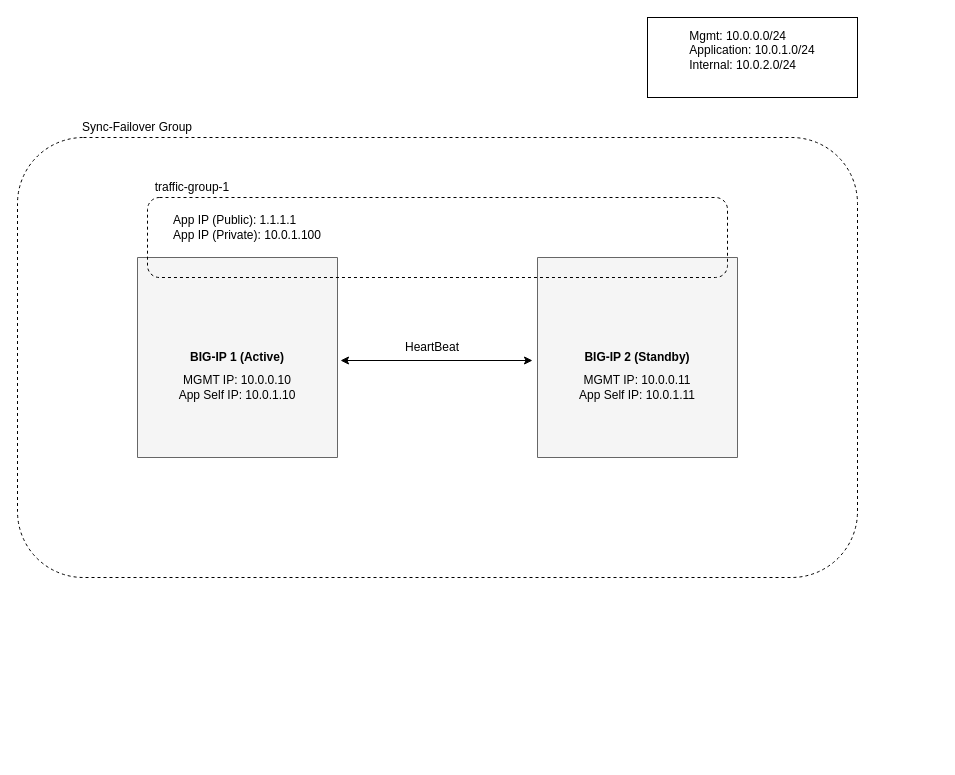
F5Networks/f5-cloud-failover-extension keeps this draw.io diagram as contributing/images/src/FailoverExtensionHighLevel.drawio.xml. Above is the earlier version. Source tidied: cells renumbered, new cells numbered last; positions are measured from the earlier drawing's top-left corner, leaving out a move shared by most shapes. Both pictures are drawn from the tidied source at 100%, with x=0, y=0 at pixel (17, 17).
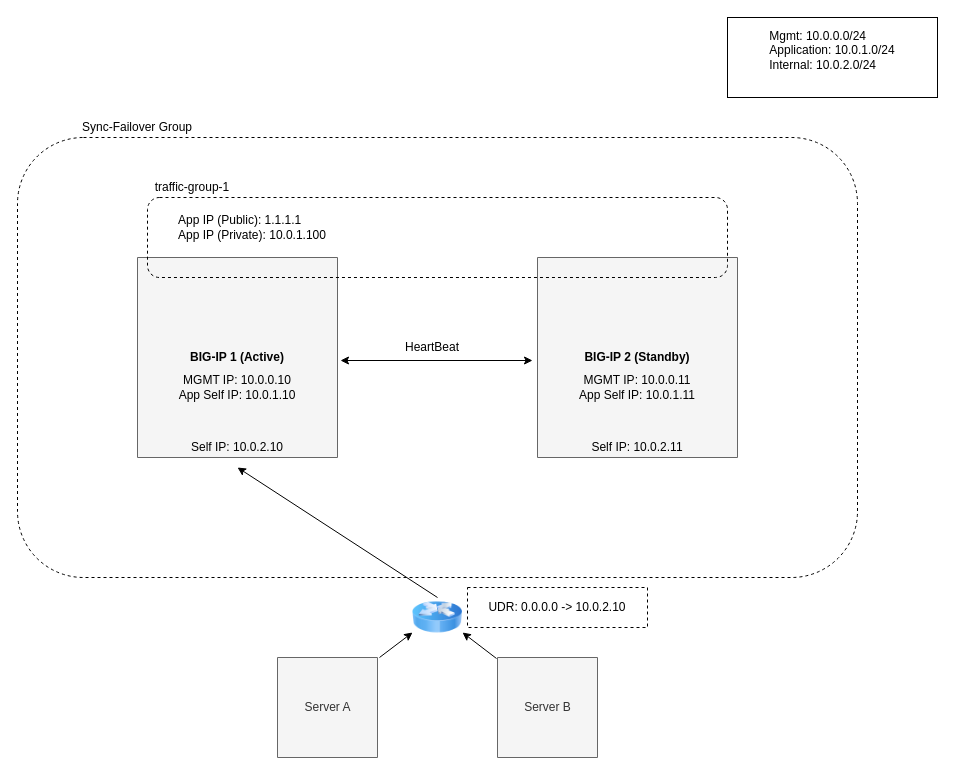
After the change.

Commit message (it also covers changes not shown here):
add route failover to high level failover event diagram

Diff of the diagram source:
```diff
@@
     <mxCell id="7" value="&lt;div style=&quot;text-align: left&quot;&gt;Mgmt: 10.0.0.0/24&lt;/div&gt;&lt;div style=&quot;text-align: left&quot;&gt;Application: 10.0.1.0/24&lt;/div&gt;&lt;div style=&quot;text-align: left&quot;&gt;Internal: 10.0.2.0/24&lt;/div&gt;&lt;br&gt;" style="text;html=1;strokeColor=#000000;fillColor=none;align=center;verticalAlign=middle;whiteSpace=wrap;rounded=0;" parent="1" vertex="1">
-      <mxGeometry x="630" width="210" height="80" as="geometry" />
+      <mxGeometry x="710" width="210" height="80" as="geometry" />
     </mxCell>
@@
     <mxCell id="14" value="&lt;div style=&quot;text-align: left&quot;&gt;App IP (Public): 1.1.1.1&lt;br&gt;&lt;/div&gt;&lt;div&gt;&lt;div style=&quot;text-align: left&quot;&gt;App IP (Private): 10.0.1.100&lt;/div&gt;&lt;/div&gt;" style="text;html=1;strokeColor=none;fillColor=none;align=center;verticalAlign=middle;whiteSpace=wrap;rounded=0;dashed=1;" parent="1" vertex="1">
-      <mxGeometry x="150" y="190" width="160" height="40" as="geometry" />
+      <mxGeometry x="130" y="190" width="210" height="40" as="geometry" />
     </mxCell>
@@
+    <mxCell id="16" value="Server A" style="verticalLabelPosition=middle;verticalAlign=middle;html=1;shape=mxgraph.basic.rect;fillColor=#f5f5f5;fillColor2=none;strokeColor=#666666;strokeWidth=1;size=20;indent=5;fontColor=#333333;labelPosition=center;align=center;" parent="1" vertex="1">
+      <mxGeometry x="260" y="640" width="100" height="100" as="geometry" />
+    </mxCell>
+    <mxCell id="17" value="Server B" style="verticalLabelPosition=middle;verticalAlign=middle;html=1;shape=mxgraph.basic.rect;fillColor=#f5f5f5;fillColor2=none;strokeColor=#666666;strokeWidth=1;size=20;indent=5;fontColor=#333333;labelPosition=center;align=center;" parent="1" vertex="1">
+      <mxGeometry x="480" y="640" width="100" height="100" as="geometry" />
+    </mxCell>
+    <mxCell id="18" style="image;html=1;labelBackgroundColor=#ffffff;image=img/lib/clip_art/networking/Router_Icon_128x128.png;" parent="1" vertex="1">
+      <mxGeometry x="395" y="570" width="50" height="60" as="geometry" />
+    </mxCell>
+    <mxCell id="19" value="Self IP: 10.0.2.10&lt;br&gt;" style="text;html=1;strokeColor=none;fillColor=none;align=center;verticalAlign=middle;whiteSpace=wrap;rounded=0;" parent="1" vertex="1">
+      <mxGeometry x="160" y="410" width="120" height="40" as="geometry" />
+    </mxCell>
+    <mxCell id="20" value="Self IP: 10.0.2.11&lt;br&gt;" style="text;html=1;strokeColor=none;fillColor=none;align=center;verticalAlign=middle;whiteSpace=wrap;rounded=0;" parent="1" vertex="1">
+      <mxGeometry x="560" y="410" width="120" height="40" as="geometry" />
+    </mxCell>
+    <mxCell id="21" style="endArrow=classic;html=1;exitX=1.02;exitY=0;exitDx=0;exitDy=0;exitPerimeter=0;entryX=0;entryY=0.75;entryDx=0;entryDy=0;" parent="1" edge="1" source="16" target="18">
+      <mxGeometry relative="1" as="geometry" />
+    </mxCell>
+    <mxCell id="22" style="endArrow=classic;html=1;" parent="1" edge="1">
+      <mxGeometry relative="1" as="geometry">
+        <mxPoint x="479" y="641" as="sourcePoint" />
+        <mxPoint x="445" y="615" as="targetPoint" />
+      </mxGeometry>
+    </mxCell>
+    <mxCell id="23" style="endArrow=classic;html=1;entryX=0.5;entryY=1;entryDx=0;entryDy=0;" parent="1" edge="1" target="19">
+      <mxGeometry relative="1" as="geometry">
+        <mxPoint x="420" y="580" as="sourcePoint" />
+      </mxGeometry>
+    </mxCell>
+    <mxCell id="24" value="UDR: 0.0.0.0 -&amp;gt; 10.0.2.10" style="rounded=0;whiteSpace=wrap;html=1;dashed=1;fillColor=none;" parent="1" vertex="1">
+      <mxGeometry x="450" y="570" width="180" height="40" as="geometry" />
+    </mxCell>
```
